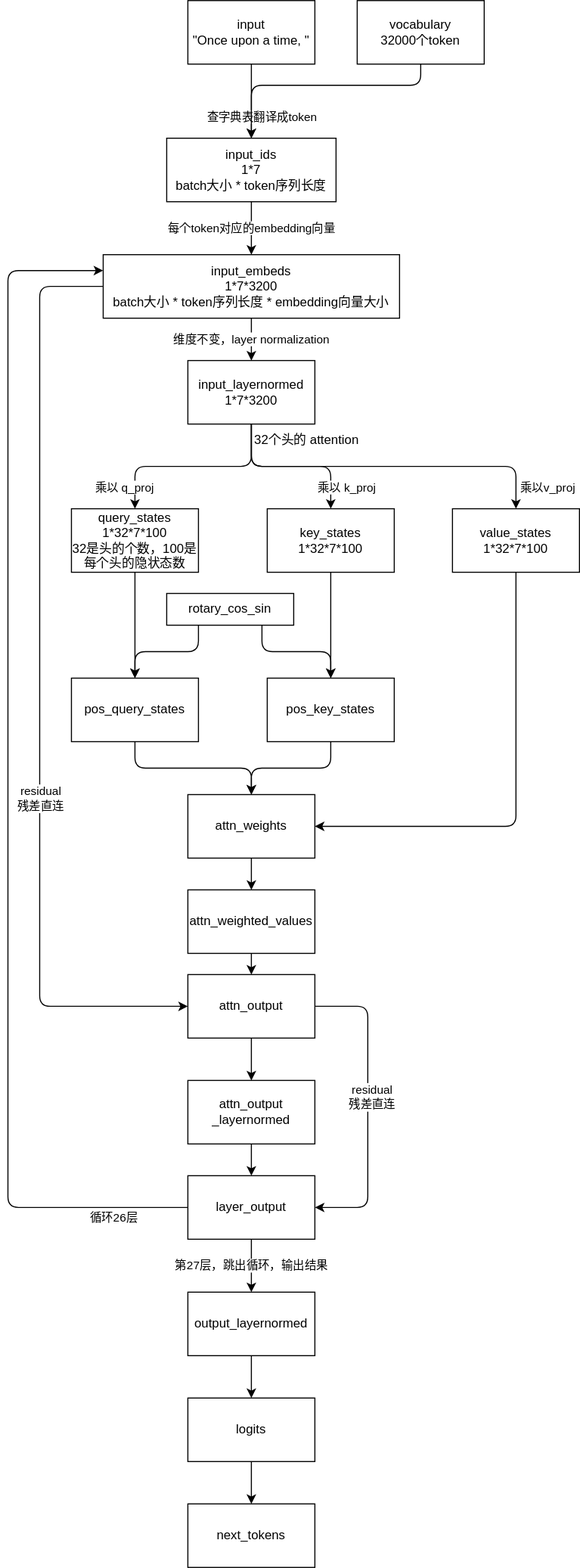
This is cpu-pytorch/data-flow.drawio.svg from taowen/learn-llama, a draw.io export, as it was before one commit. Source tidied: cells renumbered, new cells last; positions are measured from the earlier drawing's top-left corner, leaving out a move shared by most shapes. The source it was exported from:
```xml
<mxGraphModel>
  <root>
    <mxCell id="0" />
    <mxCell id="1" parent="0" />
    <mxCell id="2" value="查字典表翻译成token" style="edgeStyle=orthogonalEdgeStyle;html=1;exitX=0.5;exitY=1;exitDx=0;exitDy=0;" parent="1" edge="1" source="3" target="5">
      <mxGeometry x="0.43" y="10" relative="1" as="geometry">
        <Array as="points">
          <mxPoint x="230" y="90" />
          <mxPoint x="230" y="90" />
        </Array>
      </mxGeometry>
    </mxCell>
    <mxCell id="3" value="input&lt;br&gt;&quot;Once upon a time, &quot;" style="rounded=0;whiteSpace=wrap;html=1;" parent="1" vertex="1">
      <mxGeometry x="170" width="120" height="60" as="geometry" />
    </mxCell>
    <mxCell id="4" value="每个token对应的embedding向量" style="edgeStyle=orthogonalEdgeStyle;html=1;exitX=0.5;exitY=1;exitDx=0;exitDy=0;entryX=0.5;entryY=0;entryDx=0;entryDy=0;" parent="1" edge="1" source="5" target="9">
      <mxGeometry relative="1" as="geometry" />
    </mxCell>
    <mxCell id="5" value="input_ids&lt;br&gt;1*7&lt;br&gt;batch大小 * token序列长度" style="rounded=0;whiteSpace=wrap;html=1;" parent="1" vertex="1">
      <mxGeometry x="150" y="130" width="160" height="60" as="geometry" />
    </mxCell>
    <mxCell id="6" value="维度不变，layer normalization" style="edgeStyle=orthogonalEdgeStyle;html=1;exitX=0.5;exitY=1;exitDx=0;exitDy=0;entryX=0.5;entryY=0;entryDx=0;entryDy=0;" parent="1" edge="1" source="9" target="13">
      <mxGeometry relative="1" as="geometry" />
    </mxCell>
    <mxCell id="7" style="edgeStyle=orthogonalEdgeStyle;html=1;exitX=0;exitY=0.5;exitDx=0;exitDy=0;entryX=0;entryY=0.5;entryDx=0;entryDy=0;" parent="1" edge="1" source="9" target="31">
      <mxGeometry relative="1" as="geometry">
        <Array as="points">
          <mxPoint x="30" y="270" />
          <mxPoint x="30" y="950" />
        </Array>
      </mxGeometry>
    </mxCell>
    <mxCell id="8" value="residual&lt;br style=&quot;border-color: var(--border-color);&quot;&gt;残差直连" style="edgeLabel;html=1;align=center;verticalAlign=middle;" parent="7" vertex="1">
      <mxGeometry x="0.23" relative="1" as="geometry" />
    </mxCell>
    <mxCell id="9" value="input_embeds&lt;br&gt;1*7*3200&lt;br&gt;batch大小 * token序列长度 * embedding向量大小" style="rounded=0;whiteSpace=wrap;html=1;" parent="1" vertex="1">
      <mxGeometry x="90" y="240" width="280" height="60" as="geometry" />
    </mxCell>
    <mxCell id="10" value="乘以v_proj" style="edgeStyle=orthogonalEdgeStyle;html=1;exitX=0.5;exitY=1;exitDx=0;exitDy=0;" parent="1" edge="1" source="13" target="19">
      <mxGeometry x="0.88" y="30" relative="1" as="geometry">
        <Array as="points">
          <mxPoint x="230" y="440" />
          <mxPoint x="480" y="440" />
        </Array>
      </mxGeometry>
    </mxCell>
    <mxCell id="11" value="乘以 k_proj" style="edgeStyle=orthogonalEdgeStyle;html=1;exitX=0.5;exitY=1;exitDx=0;exitDy=0;" parent="1" edge="1" source="13" target="17">
      <mxGeometry x="0.74" y="15" relative="1" as="geometry">
        <Array as="points">
          <mxPoint x="230" y="440" />
          <mxPoint x="305" y="440" />
        </Array>
      </mxGeometry>
    </mxCell>
    <mxCell id="12" value="乘以 q_proj" style="edgeStyle=orthogonalEdgeStyle;html=1;exitX=0.5;exitY=1;exitDx=0;exitDy=0;entryX=0.5;entryY=0;entryDx=0;entryDy=0;" parent="1" edge="1" source="13" target="15">
      <mxGeometry x="0.79" y="-10" relative="1" as="geometry" />
    </mxCell>
    <mxCell id="13" value="input_layernormed&lt;br&gt;1*7*3200" style="rounded=0;whiteSpace=wrap;html=1;" parent="1" vertex="1">
      <mxGeometry x="170" y="340" width="120" height="60" as="geometry" />
    </mxCell>
    <mxCell id="14" style="edgeStyle=orthogonalEdgeStyle;html=1;exitX=0.5;exitY=1;exitDx=0;exitDy=0;entryX=0.5;entryY=0;entryDx=0;entryDy=0;" parent="1" edge="1" source="15" target="21">
      <mxGeometry relative="1" as="geometry" />
    </mxCell>
    <mxCell id="15" value="query_states&lt;br&gt;1*32*7*100&lt;br&gt;32是头的个数，100是每个头的隐状态数" style="rounded=0;whiteSpace=wrap;html=1;" parent="1" vertex="1">
      <mxGeometry x="60" y="480" width="120" height="60" as="geometry" />
    </mxCell>
    <mxCell id="16" style="edgeStyle=orthogonalEdgeStyle;html=1;exitX=0.5;exitY=1;exitDx=0;exitDy=0;entryX=0.5;entryY=0;entryDx=0;entryDy=0;" parent="1" edge="1" source="17" target="23">
      <mxGeometry relative="1" as="geometry" />
    </mxCell>
    <mxCell id="17" value="key_states&lt;br&gt;1*32*7*100" style="rounded=0;whiteSpace=wrap;html=1;" parent="1" vertex="1">
      <mxGeometry x="245" y="480" width="120" height="60" as="geometry" />
    </mxCell>
    <mxCell id="18" style="edgeStyle=orthogonalEdgeStyle;html=1;exitX=0.5;exitY=1;exitDx=0;exitDy=0;entryX=1;entryY=0.5;entryDx=0;entryDy=0;" parent="1" edge="1" source="19" target="25">
      <mxGeometry relative="1" as="geometry" />
    </mxCell>
    <mxCell id="19" value="value_states&lt;br&gt;1*32*7*100" style="rounded=0;whiteSpace=wrap;html=1;" parent="1" vertex="1">
      <mxGeometry x="420" y="480" width="120" height="60" as="geometry" />
    </mxCell>
    <mxCell id="20" style="edgeStyle=orthogonalEdgeStyle;html=1;exitX=0.5;exitY=1;exitDx=0;exitDy=0;entryX=0.5;entryY=0;entryDx=0;entryDy=0;" parent="1" edge="1" source="21" target="25">
      <mxGeometry relative="1" as="geometry" />
    </mxCell>
    <mxCell id="21" value="pos_query_states" style="rounded=0;whiteSpace=wrap;html=1;" parent="1" vertex="1">
      <mxGeometry x="60" y="640" width="120" height="60" as="geometry" />
    </mxCell>
    <mxCell id="22" style="edgeStyle=orthogonalEdgeStyle;html=1;exitX=0.5;exitY=1;exitDx=0;exitDy=0;" parent="1" edge="1" source="23" target="25">
      <mxGeometry relative="1" as="geometry" />
    </mxCell>
    <mxCell id="23" value="pos_key_states" style="rounded=0;whiteSpace=wrap;html=1;" parent="1" vertex="1">
      <mxGeometry x="245" y="640" width="120" height="60" as="geometry" />
    </mxCell>
    <mxCell id="24" style="edgeStyle=orthogonalEdgeStyle;html=1;exitX=0.5;exitY=1;exitDx=0;exitDy=0;entryX=0.5;entryY=0;entryDx=0;entryDy=0;" parent="1" edge="1" source="25" target="27">
      <mxGeometry relative="1" as="geometry" />
    </mxCell>
    <mxCell id="25" value="attn_weights" style="rounded=0;whiteSpace=wrap;html=1;" parent="1" vertex="1">
      <mxGeometry x="170" y="750" width="120" height="60" as="geometry" />
    </mxCell>
    <mxCell id="26" style="edgeStyle=orthogonalEdgeStyle;html=1;exitX=0.5;exitY=1;exitDx=0;exitDy=0;entryX=0.5;entryY=0;entryDx=0;entryDy=0;" parent="1" edge="1" source="27" target="31">
      <mxGeometry relative="1" as="geometry" />
    </mxCell>
    <mxCell id="27" value="attn_weighted_values" style="rounded=0;whiteSpace=wrap;html=1;" parent="1" vertex="1">
      <mxGeometry x="170" y="840" width="120" height="60" as="geometry" />
    </mxCell>
    <mxCell id="28" style="edgeStyle=orthogonalEdgeStyle;html=1;exitX=0.5;exitY=1;exitDx=0;exitDy=0;entryX=0.5;entryY=0;entryDx=0;entryDy=0;" parent="1" edge="1" source="31" target="33">
      <mxGeometry relative="1" as="geometry" />
    </mxCell>
    <mxCell id="29" style="edgeStyle=orthogonalEdgeStyle;html=1;exitX=1;exitY=0.5;exitDx=0;exitDy=0;entryX=1;entryY=0.5;entryDx=0;entryDy=0;" parent="1" edge="1" source="31" target="36">
      <mxGeometry relative="1" as="geometry">
        <Array as="points">
          <mxPoint x="340" y="950" />
          <mxPoint x="340" y="1140" />
        </Array>
      </mxGeometry>
    </mxCell>
    <mxCell id="30" value="residual&lt;br&gt;残差直连" style="edgeLabel;html=1;align=center;verticalAlign=middle;" parent="29" vertex="1">
      <mxGeometry x="-0.07" y="3" relative="1" as="geometry" />
    </mxCell>
    <mxCell id="31" value="attn_output" style="rounded=0;whiteSpace=wrap;html=1;" parent="1" vertex="1">
      <mxGeometry x="170" y="920" width="120" height="60" as="geometry" />
    </mxCell>
    <mxCell id="32" style="edgeStyle=orthogonalEdgeStyle;html=1;exitX=0.5;exitY=1;exitDx=0;exitDy=0;" parent="1" edge="1" source="33" target="36">
      <mxGeometry relative="1" as="geometry" />
    </mxCell>
    <mxCell id="33" value="attn_output&lt;br&gt;_layernormed" style="rounded=0;whiteSpace=wrap;html=1;" parent="1" vertex="1">
      <mxGeometry x="170" y="1020" width="120" height="60" as="geometry" />
    </mxCell>
    <mxCell id="34" value="第27层，跳出循环，输出结果" style="edgeStyle=orthogonalEdgeStyle;html=1;exitX=0.5;exitY=1;exitDx=0;exitDy=0;entryX=0.5;entryY=0;entryDx=0;entryDy=0;" parent="1" edge="1" source="36" target="40">
      <mxGeometry relative="1" as="geometry" />
    </mxCell>
    <mxCell id="35" value="循环26层" style="edgeStyle=orthogonalEdgeStyle;html=1;exitX=0;exitY=0.5;exitDx=0;exitDy=0;entryX=0;entryY=0.25;entryDx=0;entryDy=0;" parent="1" edge="1" source="36" target="9">
      <mxGeometry x="-0.88" y="10" relative="1" as="geometry">
        <Array as="points">
          <mxPoint y="1140" />
          <mxPoint y="255" />
        </Array>
      </mxGeometry>
    </mxCell>
    <mxCell id="36" value="layer_output" style="rounded=0;whiteSpace=wrap;html=1;" parent="1" vertex="1">
      <mxGeometry x="170" y="1110" width="120" height="60" as="geometry" />
    </mxCell>
    <mxCell id="37" style="edgeStyle=orthogonalEdgeStyle;html=1;exitX=0.5;exitY=1;exitDx=0;exitDy=0;entryX=0.5;entryY=0;entryDx=0;entryDy=0;" parent="1" edge="1" source="38" target="5">
      <mxGeometry relative="1" as="geometry">
        <Array as="points">
          <mxPoint x="390" y="80" />
          <mxPoint x="230" y="80" />
        </Array>
      </mxGeometry>
    </mxCell>
    <mxCell id="38" value="vocabulary&lt;br&gt;32000个token" style="rounded=0;whiteSpace=wrap;html=1;" parent="1" vertex="1">
      <mxGeometry x="330" width="120" height="60" as="geometry" />
    </mxCell>
    <mxCell id="39" style="edgeStyle=orthogonalEdgeStyle;html=1;exitX=0.5;exitY=1;exitDx=0;exitDy=0;entryX=0.5;entryY=0;entryDx=0;entryDy=0;" parent="1" edge="1" source="40" target="42">
      <mxGeometry relative="1" as="geometry" />
    </mxCell>
    <mxCell id="40" value="output_layernormed" style="rounded=0;whiteSpace=wrap;html=1;" parent="1" vertex="1">
      <mxGeometry x="170" y="1220" width="120" height="60" as="geometry" />
    </mxCell>
    <mxCell id="41" style="edgeStyle=orthogonalEdgeStyle;html=1;exitX=0.5;exitY=1;exitDx=0;exitDy=0;entryX=0.5;entryY=0;entryDx=0;entryDy=0;" parent="1" edge="1" source="42" target="43">
      <mxGeometry relative="1" as="geometry" />
    </mxCell>
    <mxCell id="42" value="logits" style="rounded=0;whiteSpace=wrap;html=1;" parent="1" vertex="1">
      <mxGeometry x="170" y="1320" width="120" height="60" as="geometry" />
    </mxCell>
    <mxCell id="43" value="next_tokens" style="rounded=0;whiteSpace=wrap;html=1;" parent="1" vertex="1">
      <mxGeometry x="170" y="1420" width="120" height="60" as="geometry" />
    </mxCell>
    <mxCell id="44" style="edgeStyle=orthogonalEdgeStyle;html=1;exitX=0.25;exitY=1;exitDx=0;exitDy=0;" parent="1" edge="1" source="46" target="21">
      <mxGeometry relative="1" as="geometry" />
    </mxCell>
    <mxCell id="45" style="edgeStyle=orthogonalEdgeStyle;html=1;exitX=0.75;exitY=1;exitDx=0;exitDy=0;entryX=0.5;entryY=0;entryDx=0;entryDy=0;" parent="1" edge="1" source="46" target="23">
      <mxGeometry relative="1" as="geometry" />
    </mxCell>
    <mxCell id="46" value="rotary_cos_sin" style="rounded=0;whiteSpace=wrap;html=1;" parent="1" vertex="1">
      <mxGeometry x="150" y="560" width="120" height="30" as="geometry" />
    </mxCell>
    <mxCell id="47" value="32个头的 attention" style="text;html=1;strokeColor=none;fillColor=none;align=center;verticalAlign=middle;whiteSpace=wrap;rounded=0;" parent="1" vertex="1">
      <mxGeometry x="220" y="400" width="125" height="30" as="geometry" />
    </mxCell>
  </root>
</mxGraphModel>
```
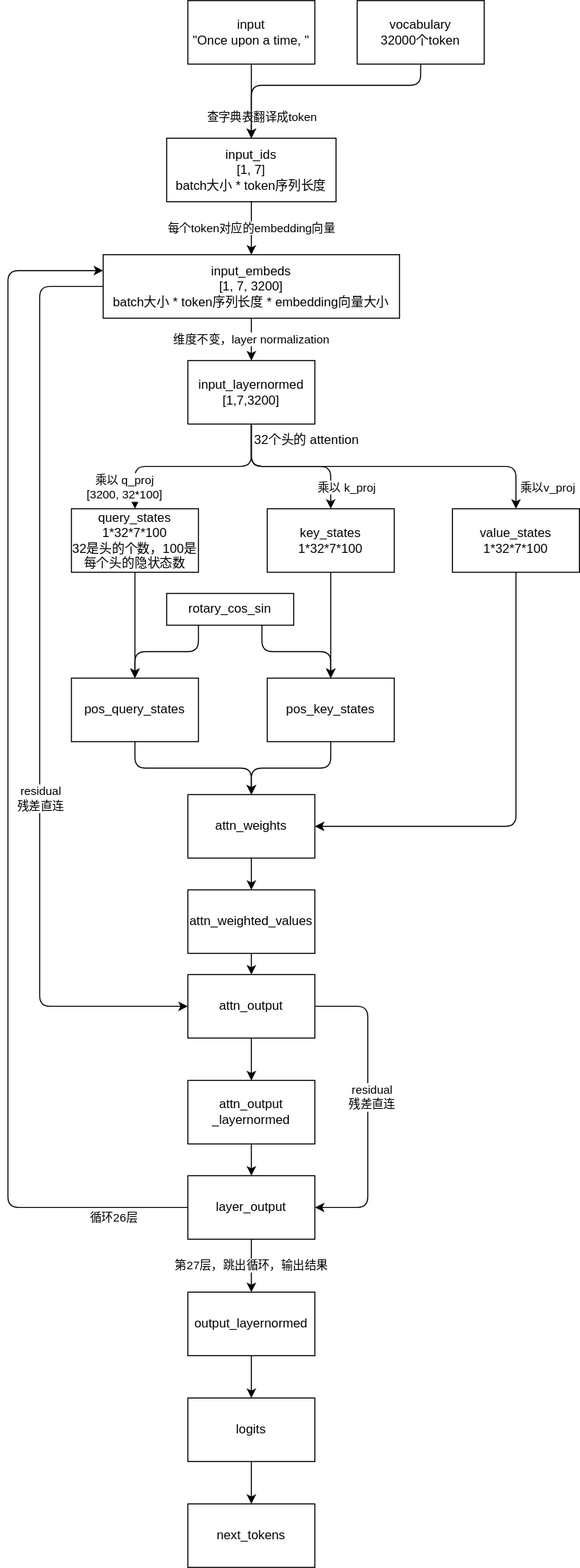
Above is the later version.

Diff of the diagram source:
```diff
@@ -16,7 +16,7 @@
     <mxCell id="4" value="每个token对应的embedding向量" style="edgeStyle=orthogonalEdgeStyle;html=1;exitX=0.5;exitY=1;exitDx=0;exitDy=0;entryX=0.5;entryY=0;entryDx=0;entryDy=0;" parent="1" edge="1" source="5" target="9">
       <mxGeometry relative="1" as="geometry" />
     </mxCell>
-    <mxCell id="5" value="input_ids&lt;br&gt;1*7&lt;br&gt;batch大小 * token序列长度" style="rounded=0;whiteSpace=wrap;html=1;" parent="1" vertex="1">
+    <mxCell id="5" value="input_ids&lt;br&gt;[1, 7]&lt;br&gt;batch大小 * token序列长度" style="rounded=0;whiteSpace=wrap;html=1;" parent="1" vertex="1">
       <mxGeometry x="150" y="130" width="160" height="60" as="geometry" />
     </mxCell>
     <mxCell id="6" value="维度不变，layer normalization" style="edgeStyle=orthogonalEdgeStyle;html=1;exitX=0.5;exitY=1;exitDx=0;exitDy=0;entryX=0.5;entryY=0;entryDx=0;entryDy=0;" parent="1" edge="1" source="9" target="13">
@@ -33,7 +33,7 @@
     <mxCell id="8" value="residual&lt;br style=&quot;border-color: var(--border-color);&quot;&gt;残差直连" style="edgeLabel;html=1;align=center;verticalAlign=middle;" parent="7" vertex="1">
       <mxGeometry x="0.23" relative="1" as="geometry" />
     </mxCell>
-    <mxCell id="9" value="input_embeds&lt;br&gt;1*7*3200&lt;br&gt;batch大小 * token序列长度 * embedding向量大小" style="rounded=0;whiteSpace=wrap;html=1;" parent="1" vertex="1">
+    <mxCell id="9" value="input_embeds&lt;br&gt;[1, 7, 3200]&lt;br&gt;batch大小 * token序列长度 * embedding向量大小" style="rounded=0;whiteSpace=wrap;html=1;" parent="1" vertex="1">
       <mxGeometry x="90" y="240" width="280" height="60" as="geometry" />
     </mxCell>
     <mxCell id="10" value="乘以v_proj" style="edgeStyle=orthogonalEdgeStyle;html=1;exitX=0.5;exitY=1;exitDx=0;exitDy=0;" parent="1" edge="1" source="13" target="19">
@@ -52,10 +52,10 @@
         </Array>
       </mxGeometry>
     </mxCell>
-    <mxCell id="12" value="乘以 q_proj" style="edgeStyle=orthogonalEdgeStyle;html=1;exitX=0.5;exitY=1;exitDx=0;exitDy=0;entryX=0.5;entryY=0;entryDx=0;entryDy=0;" parent="1" edge="1" source="13" target="15">
+    <mxCell id="12" value="乘以 q_proj&lt;br&gt;[3200, 32*100]" style="edgeStyle=orthogonalEdgeStyle;html=1;exitX=0.5;exitY=1;exitDx=0;exitDy=0;entryX=0.5;entryY=0;entryDx=0;entryDy=0;" parent="1" edge="1" source="13" target="15">
       <mxGeometry x="0.79" y="-10" relative="1" as="geometry" />
     </mxCell>
-    <mxCell id="13" value="input_layernormed&lt;br&gt;1*7*3200" style="rounded=0;whiteSpace=wrap;html=1;" parent="1" vertex="1">
+    <mxCell id="13" value="input_layernormed&lt;br&gt;[1,7,3200]" style="rounded=0;whiteSpace=wrap;html=1;" parent="1" vertex="1">
       <mxGeometry x="170" y="340" width="120" height="60" as="geometry" />
     </mxCell>
     <mxCell id="14" style="edgeStyle=orthogonalEdgeStyle;html=1;exitX=0.5;exitY=1;exitDx=0;exitDy=0;entryX=0.5;entryY=0;entryDx=0;entryDy=0;" parent="1" edge="1" source="15" target="21">
```
